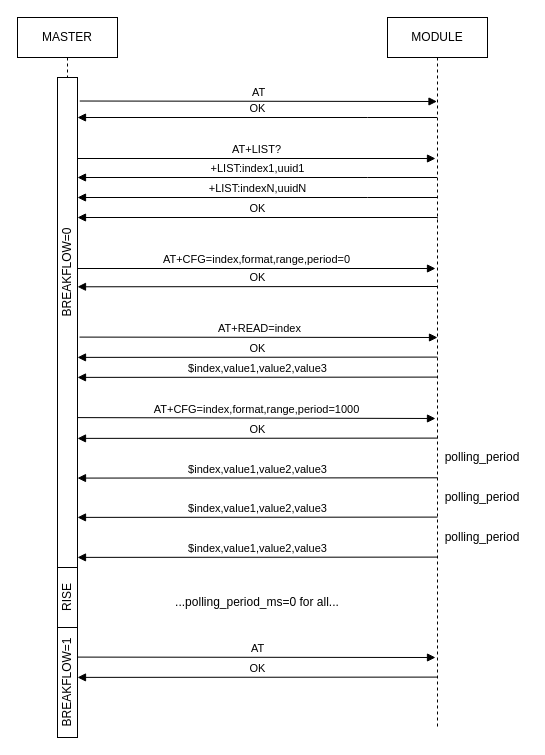
Above: related-documents/diagrams/protocol-flow.drawio in Bastion-RND/school-lab (draw.io), before the change. Source tidied: cells renumbered, new cells numbered last; positions are measured from the earlier drawing's top-left corner, leaving out a move shared by most shapes. Both pictures are drawn from the tidied source at 100%, with x=0, y=0 at pixel (17, 17).
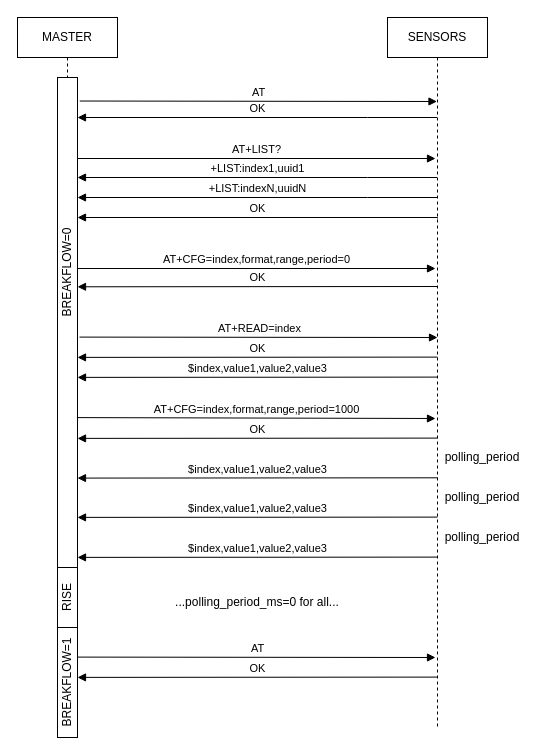
Above is the later version.

Diff of the diagram source:
```diff
@@
-    <mxCell id="6" value="MODULE" style="shape=umlLifeline;perimeter=lifelinePerimeter;whiteSpace=wrap;html=1;outlineConnect=0;portConstraint=eastwest;newEdgeStyle={&quot;edgeStyle&quot;:&quot;elbowEdgeStyle&quot;,&quot;elbow&quot;:&quot;vertical&quot;,&quot;curved&quot;:0,&quot;rounded&quot;:0};" parent="1" vertex="1">
+    <mxCell id="6" value="SENSORS" style="shape=umlLifeline;perimeter=lifelinePerimeter;whiteSpace=wrap;html=1;outlineConnect=0;portConstraint=eastwest;newEdgeStyle={&quot;edgeStyle&quot;:&quot;elbowEdgeStyle&quot;,&quot;elbow&quot;:&quot;vertical&quot;,&quot;curved&quot;:0,&quot;rounded&quot;:0};" parent="1" vertex="1">
       <mxGeometry x="370" width="100" height="710" as="geometry" />
     </mxCell>
```
